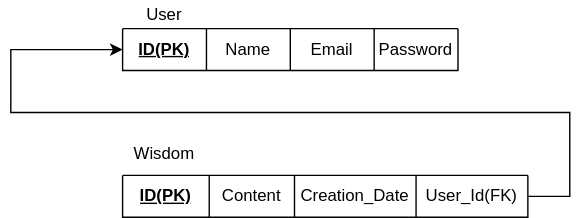
Davidemad24/WisdomSystem keeps this draw.io diagram as Diagram/Schema Diagram.svg. Above is the earlier version. Source tidied: cells renumbered, new cells last; positions are measured from the earlier drawing's top-left corner, leaving out a move shared by most shapes.
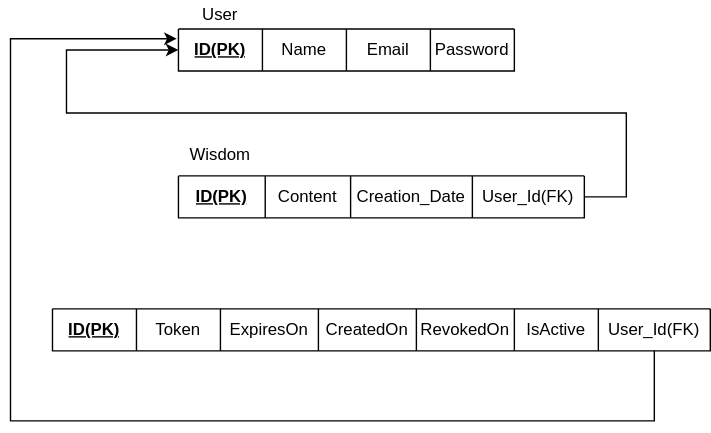
After the change.

The edit, as a diff of the source:
```diff
@@ -55,5 +55,42 @@
         </Array>
       </mxGeometry>
     </mxCell>
+    <mxCell id="17" style="shape=table;startSize=0;fixedHeader=1;" parent="1" vertex="1">
+      <mxGeometry x="-10" y="220" width="470" height="30" as="geometry" />
+    </mxCell>
+    <mxCell id="18" style="shape=tableRow;horizontal=0;startSize=0;swimlaneHead=0;swimlaneBody=0;strokeColor=inherit;top=0;left=0;bottom=0;right=0;fillColor=none;fixedHeader=1;" parent="17" vertex="1">
+      <mxGeometry width="470" height="30" as="geometry" />
+    </mxCell>
+    <mxCell id="19" value="&lt;b&gt;&lt;u&gt;ID(PK)&lt;/u&gt;&lt;/b&gt;" style="shape=partialRectangle;html=1;whiteSpace=wrap;strokeColor=inherit;overflow=hidden;fillColor=none;top=0;left=0;bottom=0;right=0;" parent="18" vertex="1">
+      <mxGeometry width="60" height="30" as="geometry" />
+    </mxCell>
+    <mxCell id="20" value="Token" style="shape=partialRectangle;html=1;whiteSpace=wrap;strokeColor=inherit;overflow=hidden;fillColor=none;top=0;left=0;bottom=0;right=0;" parent="18" vertex="1">
+      <mxGeometry x="60" width="60" height="30" as="geometry" />
+    </mxCell>
+    <mxCell id="21" value="ExpiresOn" style="shape=partialRectangle;html=1;whiteSpace=wrap;strokeColor=inherit;overflow=hidden;fillColor=none;top=0;left=0;bottom=0;right=0;" parent="18" vertex="1">
+      <mxGeometry x="120" width="70" height="30" as="geometry" />
+    </mxCell>
+    <mxCell id="22" value="CreatedOn" style="shape=partialRectangle;html=1;whiteSpace=wrap;strokeColor=inherit;overflow=hidden;fillColor=none;top=0;left=0;bottom=0;right=0;" parent="18" vertex="1">
+      <mxGeometry x="190" width="70" height="30" as="geometry" />
+    </mxCell>
+    <mxCell id="23" value="RevokedOn" style="shape=partialRectangle;html=1;whiteSpace=wrap;strokeColor=inherit;overflow=hidden;fillColor=none;top=0;left=0;bottom=0;right=0;" parent="18" vertex="1">
+      <mxGeometry x="260" width="70" height="30" as="geometry" />
+    </mxCell>
+    <mxCell id="24" value="IsActive" style="shape=partialRectangle;html=1;whiteSpace=wrap;strokeColor=inherit;overflow=hidden;fillColor=none;top=0;left=0;bottom=0;right=0;" parent="18" vertex="1">
+      <mxGeometry x="330" width="60" height="30" as="geometry" />
+    </mxCell>
+    <mxCell id="25" value="User_Id(FK)" style="shape=partialRectangle;html=1;whiteSpace=wrap;strokeColor=inherit;overflow=hidden;fillColor=none;top=0;left=0;bottom=0;right=0;" parent="18" vertex="1">
+      <mxGeometry x="390" width="80" height="30" as="geometry" />
+    </mxCell>
+    <mxCell id="26" style="endArrow=classic;html=1;rounded=0;entryX=-0.005;entryY=0.233;entryDx=0;entryDy=0;entryPerimeter=0;" parent="1" edge="1" target="3">
+      <mxGeometry relative="1" as="geometry">
+        <mxPoint x="420" y="250" as="sourcePoint" />
+        <Array as="points">
+          <mxPoint x="420" y="300" />
+          <mxPoint x="-40" y="300" />
+          <mxPoint x="-40" y="27" />
+        </Array>
+      </mxGeometry>
+    </mxCell>
   </root>
 </mxGraphModel>
```
